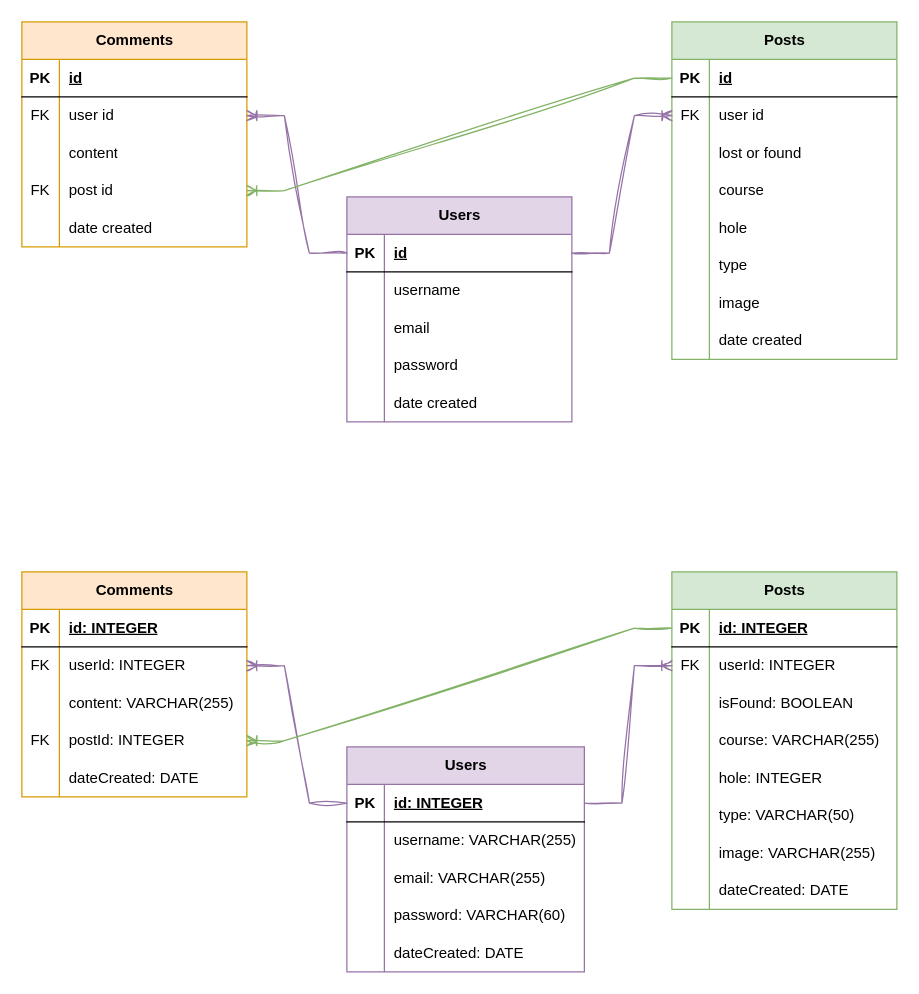
Above: CAPSTONE/Documentation/diagrams/database.drawio in adam-sagar/CAPSTONE (draw.io), before the change. Source tidied: cells renumbered, new cells numbered last; positions are measured from the earlier drawing's top-left corner, leaving out a move shared by most shapes. Both pictures are drawn from the tidied source at 125%, with x=0, y=0 at pixel (21, 21).
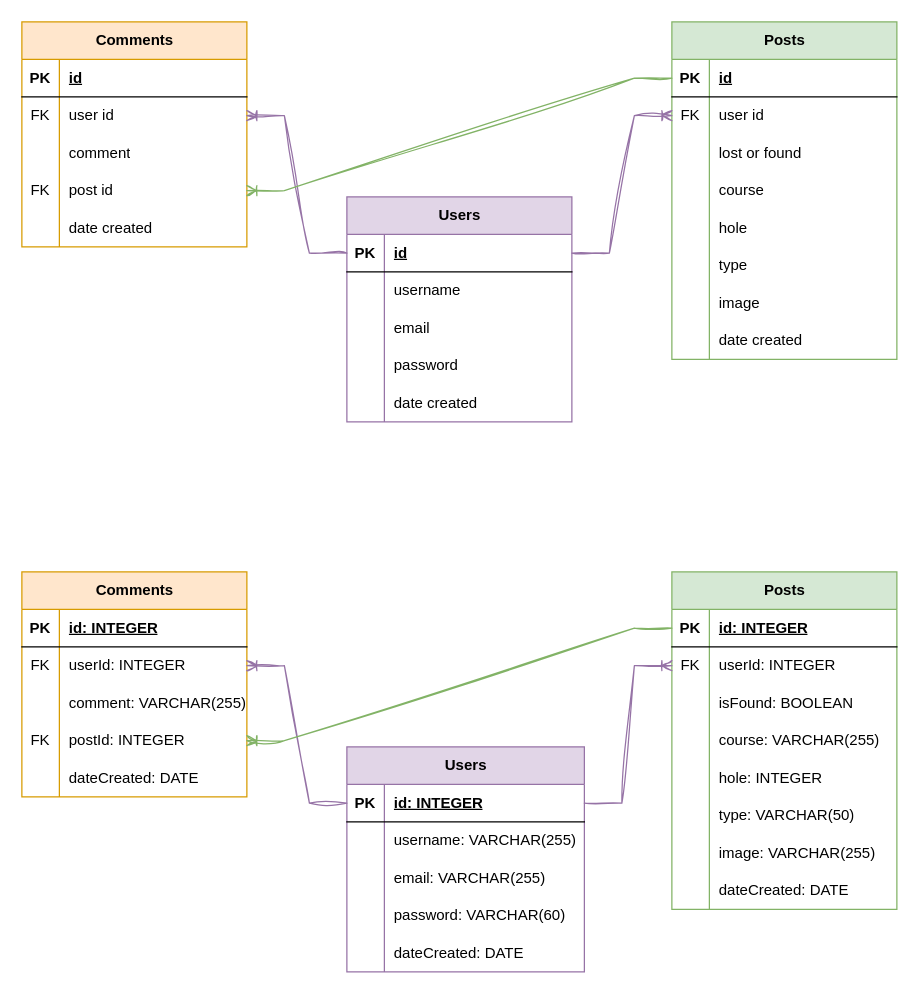
Above is the later version.

The change refers to these unchanged cells:
```xml
<mxCell id="50" style="shape=tableRow;horizontal=0;startSize=0;swimlaneHead=0;swimlaneBody=0;fillColor=none;top=0;left=0;right=0;bottom=0;" parent="43" vertex="1">
  <mxGeometry y="90" width="180" height="30" as="geometry" />
</mxCell>
<mxCell id="110" style="shape=tableRow;horizontal=0;startSize=0;swimlaneHead=0;swimlaneBody=0;fillColor=none;top=0;left=0;right=0;bottom=0;" parent="103" vertex="1">
  <mxGeometry y="90" width="180" height="30" as="geometry" />
</mxCell>
```

Change to the diagram source:
```diff
@@
-    <mxCell id="52" value="content" style="shape=partialRectangle;fillColor=none;top=0;left=0;bottom=0;right=0;align=left;spacingLeft=6;overflow=hidden;whiteSpace=wrap;html=1;" parent="50" vertex="1">
+    <mxCell id="52" value="comment" style="shape=partialRectangle;fillColor=none;top=0;left=0;bottom=0;right=0;align=left;spacingLeft=6;overflow=hidden;whiteSpace=wrap;html=1;" parent="50" vertex="1">
       <mxGeometry x="30" width="150" height="30" as="geometry" />
     </mxCell>
@@
-    <mxCell id="112" value="content: VARCHAR(255)" style="shape=partialRectangle;fillColor=none;top=0;left=0;bottom=0;right=0;align=left;spacingLeft=6;overflow=hidden;whiteSpace=wrap;html=1;" parent="110" vertex="1">
+    <mxCell id="112" value="comment: VARCHAR(255)" style="shape=partialRectangle;fillColor=none;top=0;left=0;bottom=0;right=0;align=left;spacingLeft=6;overflow=hidden;whiteSpace=wrap;html=1;" parent="110" vertex="1">
       <mxGeometry x="30" width="150" height="30" as="geometry" />
     </mxCell>
```
